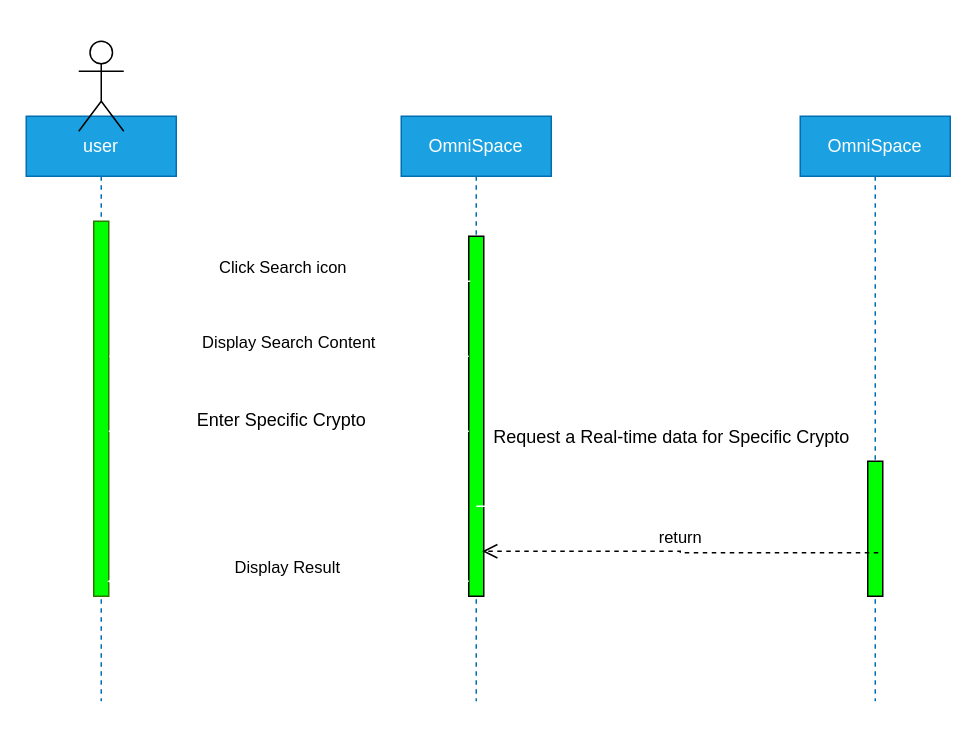
RabiMule/OmniSpace keeps this draw.io diagram as Untitled Diagram.drawio. Above is the earlier version. Source tidied: cells renumbered, new cells numbered last; positions are measured from the earlier drawing's top-left corner, leaving out a move shared by most shapes. Both pictures are drawn from the tidied source at 150%, with x=0, y=0 at pixel (26, 40).
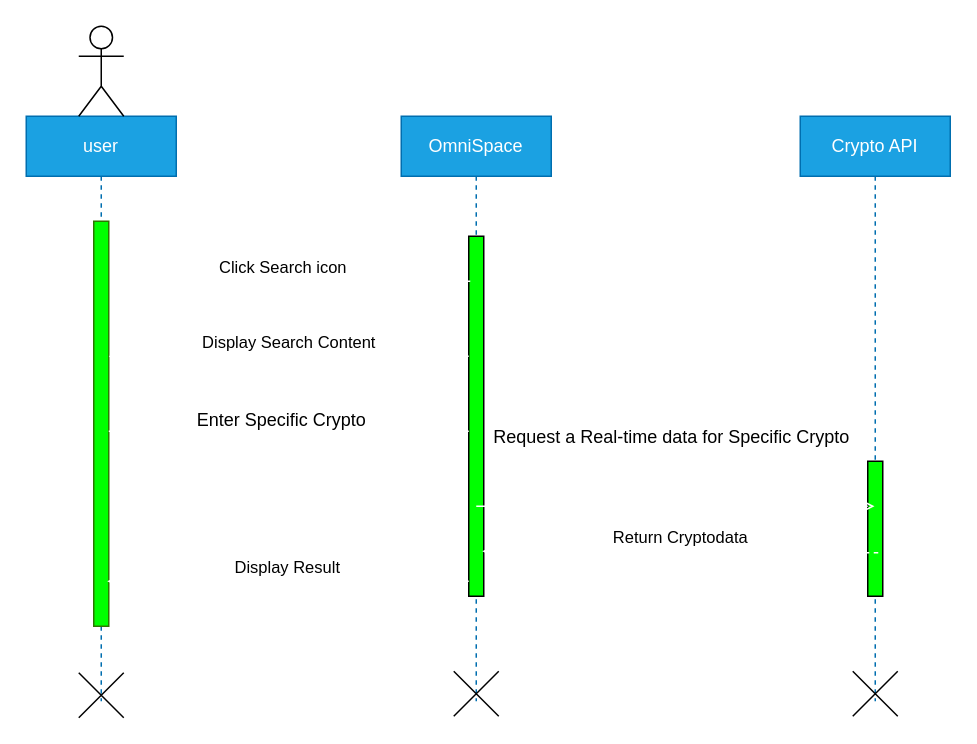
Above is the later version.

The change refers to these unchanged cells:
```xml
<mxCell id="2" value="user" style="shape=umlLifeline;perimeter=lifelinePerimeter;whiteSpace=wrap;html=1;newEdgeStyle={&quot;edgeStyle&quot;:&quot;elbowEdgeStyle&quot;,&quot;elbow&quot;:&quot;vertical&quot;,&quot;curved&quot;:0,&quot;rounded&quot;:0};fillColor=#1ba1e2;fontColor=#ffffff;strokeColor=#006EAF;" parent="1" vertex="1">
  <mxGeometry y="50" width="100" height="390" as="geometry" />
</mxCell>
<mxCell id="11" style="html=1;points=[];perimeter=orthogonalPerimeter;outlineConnect=0;targetShapes=umlLifeline;portConstraint=eastwest;newEdgeStyle={&quot;edgeStyle&quot;:&quot;elbowEdgeStyle&quot;,&quot;elbow&quot;:&quot;vertical&quot;,&quot;curved&quot;:0,&quot;rounded&quot;:0};fillColor=#00FF00;" parent="10" vertex="1">
  <mxGeometry x="45" y="230" width="10" height="90" as="geometry" />
</mxCell>
```

Change to the diagram source:
```diff
@@
     <mxCell id="3" style="html=1;perimeter=orthogonalPerimeter;targetShapes=umlLifeline;newEdgeStyle={&quot;edgeStyle&quot;:&quot;elbowEdgeStyle&quot;,&quot;elbow&quot;:&quot;vertical&quot;,&quot;curved&quot;:0,&quot;rounded&quot;:0};fillColor=#00FF00;fontColor=#ffffff;strokeColor=#2D7600;" parent="2" vertex="1">
-      <mxGeometry x="45" y="70" width="10" height="250" as="geometry" />
+      <mxGeometry x="45" y="70" width="10" height="270" as="geometry" />
     </mxCell>
@@
     <mxCell id="9" style="shape=umlActor;verticalLabelPosition=bottom;verticalAlign=top;html=1;" parent="1" vertex="1">
-      <mxGeometry x="35" width="30" height="60" as="geometry" />
+      <mxGeometry x="35" y="-10" width="30" height="60" as="geometry" />
     </mxCell>
-    <mxCell id="10" value="OmniSpace" style="shape=umlLifeline;perimeter=lifelinePerimeter;whiteSpace=wrap;html=1;outlineConnect=0;portConstraint=eastwest;newEdgeStyle={&quot;edgeStyle&quot;:&quot;elbowEdgeStyle&quot;,&quot;elbow&quot;:&quot;vertical&quot;,&quot;curved&quot;:0,&quot;rounded&quot;:0};fillColor=#1ba1e2;fontColor=#ffffff;strokeColor=#006EAF;" parent="1" vertex="1">
+    <mxCell id="10" value="Crypto API" style="shape=umlLifeline;perimeter=lifelinePerimeter;whiteSpace=wrap;html=1;outlineConnect=0;portConstraint=eastwest;newEdgeStyle={&quot;edgeStyle&quot;:&quot;elbowEdgeStyle&quot;,&quot;elbow&quot;:&quot;vertical&quot;,&quot;curved&quot;:0,&quot;rounded&quot;:0};fillColor=#1ba1e2;fontColor=#ffffff;strokeColor=#006EAF;" parent="1" vertex="1">
       <mxGeometry x="516" y="50" width="100" height="390" as="geometry" />
     </mxCell>
@@
-    <mxCell id="13" value="return" style="html=1;verticalAlign=bottom;endArrow=open;dashed=1;endSize=8;edgeStyle=elbowEdgeStyle;elbow=horizontal;curved=0;rounded=0;strokeColor=#000000;exitX=0.7;exitY=0.678;exitDx=0;exitDy=0;exitPerimeter=0;" parent="1" edge="1" source="11">
+    <mxCell id="13" value="Return Cryptodata" style="html=1;verticalAlign=bottom;endArrow=open;dashed=1;endSize=8;edgeStyle=elbowEdgeStyle;elbow=horizontal;curved=0;rounded=0;strokeColor=#FFFFFF;exitX=0.7;exitY=0.678;exitDx=0;exitDy=0;exitPerimeter=0;" parent="1" edge="1" source="11">
       <mxGeometry relative="1" as="geometry">
         <mxPoint x="304" y="340" as="targetPoint" />
       </mxGeometry>
     </mxCell>
@@
-    <mxCell id="15" value="Enter Specific Crypto" style="text;html=1;align=center;verticalAlign=middle;strokeColor=none;fillColor=none;" parent="1" vertex="1">
+    <mxCell id="15" value="Enter Specific Crypto" style="text;html=1;align=center;verticalAlign=middle;fillColor=none;strokeColor=none;" parent="1" vertex="1">
       <mxGeometry x="100" y="238" width="140" height="30" as="geometry" />
     </mxCell>
-    <mxCell id="16" style="html=1;verticalAlign=bottom;endArrow=open;dashed=1;endSize=8;edgeStyle=elbowEdgeStyle;elbow=vertical;curved=0;rounded=0;strokeColor=#FFFFFF;" parent="1" edge="1">
+    <mxCell id="16" style="html=1;verticalAlign=bottom;endArrow=open;dashed=1;endSize=8;edgeStyle=elbowEdgeStyle;elbow=vertical;curved=0;rounded=0;strokeColor=#FFFFFF;fillColor=#000000;" parent="1" edge="1" target="10">
       <mxGeometry relative="1" as="geometry">
         <mxPoint x="540" y="310" as="sourcePoint" />
-        <mxPoint x="540" y="310" as="targetPoint" />
         <Array as="points">
           <mxPoint x="300" y="310" />
         </Array>
       </mxGeometry>
     </mxCell>
-    <mxCell id="17" value="Request a Real-time data for Specific Crypto" style="text;html=1;align=center;verticalAlign=middle;strokeColor=none;fillColor=none;" parent="1" vertex="1">
+    <mxCell id="17" value="Request a Real-time data for Specific Crypto" style="text;html=1;align=center;verticalAlign=middle;" parent="1" vertex="1">
       <mxGeometry x="300" y="249" width="260" height="30" as="geometry" />
     </mxCell>
+    <mxCell id="18" style="shape=mxgraph.sysml.x;" parent="1" vertex="1">
+      <mxGeometry x="35" y="421" width="30" height="30" as="geometry" />
+    </mxCell>
+    <mxCell id="19" style="shape=mxgraph.sysml.x;" parent="1" vertex="1">
+      <mxGeometry x="285" y="420" width="30" height="30" as="geometry" />
+    </mxCell>
+    <mxCell id="20" style="shape=mxgraph.sysml.x;" parent="1" vertex="1">
+      <mxGeometry x="551" y="420" width="30" height="30" as="geometry" />
+    </mxCell>
```
